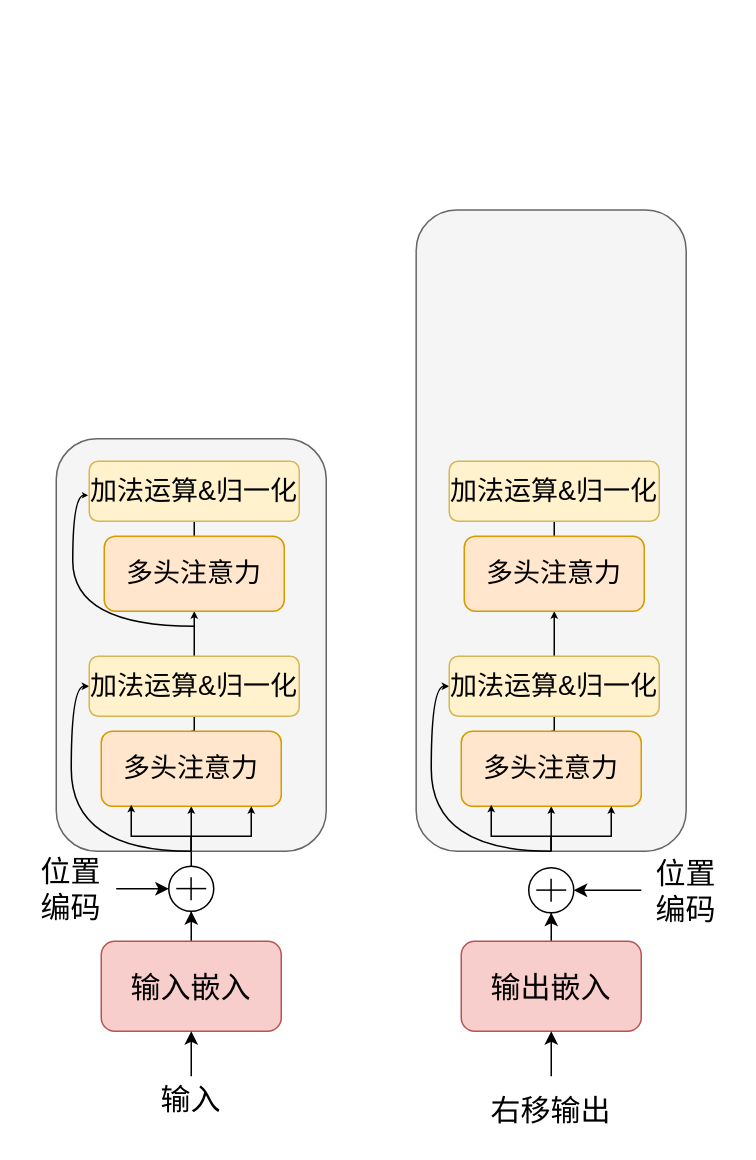
Earlier version of the draw.io diagram transfomer_arc.drawio (JMYok/wx_crossLearn). Source tidied: cells renumbered, new cells numbered last; positions are measured from the earlier drawing's top-left corner, leaving out a move shared by most shapes. Both pictures are drawn from the tidied source at 150%, with x=0, y=0 at pixel (-16, 394).
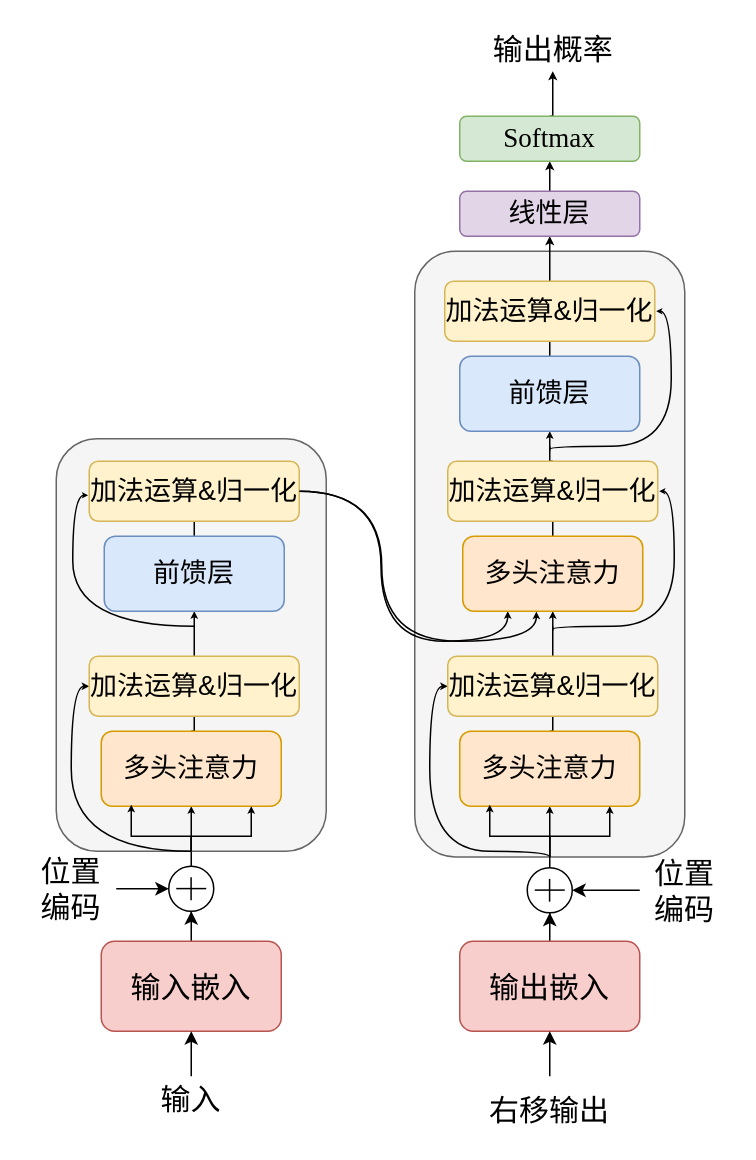
The same diagram, later.

The change refers to these unchanged cells:
```xml
<mxCell id="31" value="加法运算&amp;amp;归一化" style="rounded=1;whiteSpace=wrap;html=1;fontFamily=SimSun;fontSize=18;fillColor=#fff2cc;strokeColor=#d6b656;" parent="1" vertex="1">
  <mxGeometry x="70" y="44" width="140" height="40" as="geometry" />
</mxCell>
```

Diff of the diagram source:
```diff
@@
+    <mxCell id="34" style="rounded=1;whiteSpace=wrap;html=1;rotation=90;fillColor=#f5f5f5;fontColor=#333333;strokeColor=#666666;" parent="1" vertex="1">
+      <mxGeometry x="175.1" y="15.9" width="403.8" height="180" as="geometry" />
+    </mxCell>
@@
-    <mxCell id="3" value="输入嵌入" style="rounded=1;whiteSpace=wrap;html=1;fillColor=#f8cecc;strokeColor=#b85450;fontSize=20;" parent="1" vertex="1">
+    <mxCell id="3" value="输入嵌入" style="rounded=1;whiteSpace=wrap;html=1;fillColor=#f8cecc;strokeColor=#b85450;fontSize=20;fontFamily=SimSun;" parent="1" vertex="1">
       <mxGeometry x="78" y="364" width="120" height="60" as="geometry" />
     </mxCell>
@@
-    <mxCell id="5" value="输出嵌入" style="rounded=1;whiteSpace=wrap;html=1;fillColor=#f8cecc;strokeColor=#b85450;fontSize=20;" parent="1" vertex="1">
-      <mxGeometry x="318" y="364" width="120" height="60" as="geometry" />
+    <mxCell id="5" value="输出嵌入" style="rounded=1;whiteSpace=wrap;html=1;fillColor=#f8cecc;strokeColor=#b85450;fontSize=20;fontFamily=SimSun;" parent="1" vertex="1">
+      <mxGeometry x="317" y="364" width="120" height="60" as="geometry" />
     </mxCell>
@@
-    <mxCell id="7" value="&lt;font style=&quot;font-size: 20px;&quot;&gt;输入&lt;/font&gt;" style="text;html=1;align=center;verticalAlign=middle;whiteSpace=wrap;rounded=0;" parent="1" vertex="1">
+    <mxCell id="7" value="&lt;font style=&quot;font-size: 20px;&quot;&gt;输入&lt;/font&gt;" style="text;html=1;align=center;verticalAlign=middle;whiteSpace=wrap;rounded=0;fontFamily=SimSun;" parent="1" vertex="1">
       <mxGeometry x="108" y="454" width="60" height="30" as="geometry" />
     </mxCell>
@@
-    <mxCell id="9" value="&lt;br&gt;&lt;div&gt;&lt;font style=&quot;font-size: 20px;&quot;&gt;右移输出&lt;/font&gt;&lt;/div&gt;" style="text;html=1;align=center;verticalAlign=middle;whiteSpace=wrap;rounded=0;" parent="1" vertex="1">
-      <mxGeometry x="333" y="454" width="90" height="30" as="geometry" />
+    <mxCell id="9" value="&lt;br&gt;&lt;div&gt;&lt;font style=&quot;font-size: 20px;&quot;&gt;右移输出&lt;/font&gt;&lt;/div&gt;" style="text;html=1;align=center;verticalAlign=middle;whiteSpace=wrap;rounded=0;fontFamily=SimSun;" parent="1" vertex="1">
+      <mxGeometry x="332" y="454" width="90" height="30" as="geometry" />
     </mxCell>
@@
+    <mxCell id="47" style="edgeStyle=orthogonalEdgeStyle;rounded=0;jettySize=auto;html=1;exitX=0.5;exitY=0;exitDx=0;exitDy=0;entryX=1;entryY=0.5;entryDx=0;entryDy=0;endArrow=none;startFill=0;" parent="1" edge="1" source="17" target="34">
+      <mxGeometry relative="1" as="geometry" />
+    </mxCell>
     <mxCell id="17" style="ellipse;whiteSpace=wrap;html=1;" parent="1" vertex="1">
-      <mxGeometry x="363" y="315" width="30" height="30" as="geometry" />
+      <mxGeometry x="362" y="315" width="30" height="30" as="geometry" />
     </mxCell>
     <mxCell id="18" style="endArrow=none;html=1;rounded=0;" parent="1" edge="1">
       <mxGeometry relative="1" as="geometry">
-        <mxPoint x="368" y="329.9" as="sourcePoint" />
-        <mxPoint x="388" y="329.9" as="targetPoint" />
+        <mxPoint x="367" y="329.9" as="sourcePoint" />
+        <mxPoint x="387" y="329.9" as="targetPoint" />
       </mxGeometry>
     </mxCell>
     <mxCell id="19" style="endArrow=none;html=1;rounded=0;" parent="1" edge="1">
       <mxGeometry relative="1" as="geometry">
-        <mxPoint x="377.9" y="322.4" as="sourcePoint" />
-        <mxPoint x="377.9" y="337.6" as="targetPoint" />
+        <mxPoint x="376.9" y="322.4" as="sourcePoint" />
+        <mxPoint x="376.9" y="337.6" as="targetPoint" />
       </mxGeometry>
     </mxCell>
@@
     <mxCell id="22" value="位置编码" style="text;html=1;align=center;verticalAlign=middle;whiteSpace=wrap;rounded=0;fontFamily=SimSun;fontSize=20;" parent="1" vertex="1">
-      <mxGeometry x="438" y="315" width="60" height="30" as="geometry" />
+      <mxGeometry x="437" y="315" width="60" height="30" as="geometry" />
     </mxCell>
@@
-    <mxCell id="30" value="&lt;span style=&quot;font-family: SimSun; font-size: 18px;&quot;&gt;多头注意力&lt;/span&gt;" style="rounded=1;whiteSpace=wrap;html=1;fillColor=#ffe6cc;strokeColor=#d79b00;" parent="1" vertex="1">
+    <mxCell id="30" value="&lt;span style=&quot;font-family: SimSun; font-size: 18px;&quot;&gt;前馈层&lt;/span&gt;" style="rounded=1;whiteSpace=wrap;html=1;fillColor=#dae8fc;strokeColor=#6c8ebf;" parent="1" vertex="1">
       <mxGeometry x="80" y="94" width="120" height="50" as="geometry" />
     </mxCell>
+    <mxCell id="48" style="edgeStyle=orthogonalEdgeStyle;rounded=0;jettySize=auto;html=1;entryX=0.25;entryY=1;entryDx=0;entryDy=0;endSize=2;curved=1;" parent="1" edge="1" source="31" target="42">
+      <mxGeometry relative="1" as="geometry" />
+    </mxCell>
@@
-    <mxCell id="34" style="rounded=1;whiteSpace=wrap;html=1;rotation=90;fillColor=#f5f5f5;fontColor=#333333;strokeColor=#666666;" parent="1" vertex="1">
-      <mxGeometry x="164.2" y="0.2" width="427.5" height="180" as="geometry" />
-    </mxCell>
     <mxCell id="35" style="edgeStyle=orthogonalEdgeStyle;rounded=0;jettySize=auto;html=1;exitX=1;exitY=0.5;exitDx=0;exitDy=0;entryX=0;entryY=0.5;entryDx=0;entryDy=0;curved=1;endSize=2;endArrow=classic;startFill=0;endFill=1;" parent="1" edge="1" source="34" target="40">
       <mxGeometry relative="1" as="geometry">
         <Array as="points">
-          <mxPoint x="298" y="304" />
-          <mxPoint x="298" y="194" />
+          <mxPoint x="297" y="304" />
+          <mxPoint x="297" y="194" />
         </Array>
       </mxGeometry>
     </mxCell>
@@
     <mxCell id="38" value="多头注意力" style="rounded=1;whiteSpace=wrap;html=1;fontSize=18;fontFamily=SimSun;fillColor=#ffe6cc;strokeColor=#d79b00;" parent="1" vertex="1">
-      <mxGeometry x="318" y="224" width="120" height="50" as="geometry" />
+      <mxGeometry x="317" y="224" width="120" height="50" as="geometry" />
     </mxCell>
@@
     <mxCell id="40" value="加法运算&amp;amp;归一化" style="rounded=1;whiteSpace=wrap;html=1;fontFamily=SimSun;fontSize=18;fillColor=#fff2cc;strokeColor=#d6b656;" parent="1" vertex="1">
-      <mxGeometry x="310" y="174" width="140" height="40" as="geometry" />
+      <mxGeometry x="309" y="174" width="140" height="40" as="geometry" />
     </mxCell>
@@
     <mxCell id="42" value="&lt;span style=&quot;font-family: SimSun; font-size: 18px;&quot;&gt;多头注意力&lt;/span&gt;" style="rounded=1;whiteSpace=wrap;html=1;fillColor=#ffe6cc;strokeColor=#d79b00;" parent="1" vertex="1">
-      <mxGeometry x="320" y="94" width="120" height="50" as="geometry" />
+      <mxGeometry x="319" y="94" width="120" height="50" as="geometry" />
     </mxCell>
+    <mxCell id="49" style="edgeStyle=orthogonalEdgeStyle;rounded=0;jettySize=auto;html=1;exitX=0.5;exitY=0;exitDx=0;exitDy=0;entryX=0.5;entryY=1;entryDx=0;entryDy=0;endArrow=classic;startFill=0;endFill=1;endSize=2;" parent="1" edge="1" source="43" target="53">
+      <mxGeometry relative="1" as="geometry" />
+    </mxCell>
     <mxCell id="43" value="加法运算&amp;amp;归一化" style="rounded=1;whiteSpace=wrap;html=1;fontFamily=SimSun;fontSize=18;fillColor=#fff2cc;strokeColor=#d6b656;" parent="1" vertex="1">
-      <mxGeometry x="310" y="44" width="140" height="40" as="geometry" />
+      <mxGeometry x="309" y="44" width="140" height="40" as="geometry" />
     </mxCell>
     <mxCell id="44" style="edgeStyle=orthogonalEdgeStyle;rounded=0;jettySize=auto;html=1;exitX=1;exitY=0.5;exitDx=0;exitDy=0;endSize=2;" parent="1" edge="1" source="34">
       <mxGeometry relative="1" as="geometry">
-        <mxPoint x="418" y="274" as="targetPoint" />
+        <mxPoint x="417" y="274" as="targetPoint" />
         <Array as="points">
-          <mxPoint x="378" y="294" />
-          <mxPoint x="418" y="294" />
-          <mxPoint x="418" y="274" />
+          <mxPoint x="377" y="294" />
+          <mxPoint x="417" y="294" />
+          <mxPoint x="417" y="274" />
         </Array>
       </mxGeometry>
     </mxCell>
     <mxCell id="45" style="edgeStyle=orthogonalEdgeStyle;rounded=0;jettySize=auto;html=1;exitX=1;exitY=0.5;exitDx=0;exitDy=0;endSize=2;" parent="1" edge="1" source="34">
       <mxGeometry relative="1" as="geometry">
-        <mxPoint x="338" y="273" as="targetPoint" />
+        <mxPoint x="337" y="273" as="targetPoint" />
         <Array as="points">
-          <mxPoint x="378" y="294" />
-          <mxPoint x="338" y="294" />
-          <mxPoint x="338" y="273" />
+          <mxPoint x="377" y="294" />
+          <mxPoint x="337" y="294" />
+          <mxPoint x="337" y="273" />
         </Array>
       </mxGeometry>
     </mxCell>
@@
+    <mxCell id="50" style="edgeStyle=orthogonalEdgeStyle;rounded=0;jettySize=auto;html=1;exitX=1;exitY=0.5;exitDx=0;exitDy=0;entryX=0.409;entryY=1.004;entryDx=0;entryDy=0;entryPerimeter=0;curved=1;endSize=2;" parent="1" edge="1" source="31" target="42">
+      <mxGeometry relative="1" as="geometry">
+        <Array as="points">
+          <mxPoint x="265" y="64" />
+          <mxPoint x="265" y="164" />
+          <mxPoint x="369" y="164" />
+        </Array>
+      </mxGeometry>
+    </mxCell>
+    <mxCell id="51" style="endArrow=classic;html=1;rounded=0;endSize=1;entryX=1;entryY=0.5;entryDx=0;entryDy=0;edgeStyle=orthogonalEdgeStyle;curved=1;" parent="1" edge="1">
+      <mxGeometry relative="1" as="geometry">
+        <mxPoint x="379" y="154" as="sourcePoint" />
+        <mxPoint x="450" y="64" as="targetPoint" />
+        <Array as="points">
+          <mxPoint x="379" y="158" />
+          <mxPoint x="379" y="154" />
+          <mxPoint x="460" y="154" />
+          <mxPoint x="460" y="64" />
+        </Array>
+      </mxGeometry>
+    </mxCell>
+    <mxCell id="52" style="edgeStyle=orthogonalEdgeStyle;rounded=0;jettySize=auto;html=1;exitX=0.5;exitY=0;exitDx=0;exitDy=0;entryX=0.5;entryY=1;entryDx=0;entryDy=0;endArrow=none;startFill=0;" parent="1" edge="1" source="53" target="55">
+      <mxGeometry relative="1" as="geometry" />
+    </mxCell>
+    <mxCell id="53" value="&lt;font face=&quot;SimSun&quot;&gt;&lt;span style=&quot;font-size: 18px;&quot;&gt;前馈层&lt;/span&gt;&lt;/font&gt;" style="rounded=1;whiteSpace=wrap;html=1;fillColor=#dae8fc;strokeColor=#6c8ebf;" parent="1" vertex="1">
+      <mxGeometry x="317" y="-26" width="120" height="50" as="geometry" />
+    </mxCell>
+    <mxCell id="54" style="edgeStyle=orthogonalEdgeStyle;rounded=0;jettySize=auto;html=1;exitX=0.5;exitY=0;exitDx=0;exitDy=0;entryX=0.5;entryY=1;entryDx=0;entryDy=0;endSize=3;" parent="1" edge="1" source="55" target="58">
+      <mxGeometry relative="1" as="geometry" />
+    </mxCell>
+    <mxCell id="55" value="加法运算&amp;amp;归一化" style="rounded=1;whiteSpace=wrap;html=1;fontFamily=SimSun;fontSize=18;fillColor=#fff2cc;strokeColor=#d6b656;" parent="1" vertex="1">
+      <mxGeometry x="307" y="-76" width="140" height="40" as="geometry" />
+    </mxCell>
+    <mxCell id="56" style="endArrow=classic;html=1;rounded=0;endSize=1;entryX=1;entryY=0.5;entryDx=0;entryDy=0;edgeStyle=orthogonalEdgeStyle;curved=1;" parent="1" edge="1">
+      <mxGeometry relative="1" as="geometry">
+        <mxPoint x="377" y="34" as="sourcePoint" />
+        <mxPoint x="448" y="-56" as="targetPoint" />
+        <Array as="points">
+          <mxPoint x="377" y="38" />
+          <mxPoint x="377" y="34" />
+          <mxPoint x="458" y="34" />
+          <mxPoint x="458" y="-56" />
+        </Array>
+      </mxGeometry>
+    </mxCell>
+    <mxCell id="57" style="edgeStyle=orthogonalEdgeStyle;rounded=0;jettySize=auto;html=1;exitX=0.5;exitY=0;exitDx=0;exitDy=0;entryX=0.5;entryY=1;entryDx=0;entryDy=0;endSize=3;" parent="1" edge="1" source="58" target="60">
+      <mxGeometry relative="1" as="geometry" />
+    </mxCell>
+    <mxCell id="58" value="&lt;font style=&quot;font-size: 18px;&quot;&gt;线性层&lt;/font&gt;" style="rounded=1;whiteSpace=wrap;html=1;fillColor=#e1d5e7;strokeColor=#9673a6;fontFamily=SimSun;" parent="1" vertex="1">
+      <mxGeometry x="317" y="-136" width="120" height="30" as="geometry" />
+    </mxCell>
+    <mxCell id="59" style="edgeStyle=orthogonalEdgeStyle;rounded=0;jettySize=auto;html=1;exitX=0.5;exitY=0;exitDx=0;exitDy=0;entryX=0.5;entryY=1;entryDx=0;entryDy=0;endSize=3;" parent="1" edge="1" source="60" target="61">
+      <mxGeometry relative="1" as="geometry" />
+    </mxCell>
+    <mxCell id="60" value="&lt;font style=&quot;font-size: 18px;&quot;&gt;Softmax&lt;/font&gt;" style="rounded=1;whiteSpace=wrap;html=1;fillColor=#d5e8d4;strokeColor=#82b366;fontFamily=Times New Roman;" parent="1" vertex="1">
+      <mxGeometry x="317" y="-186" width="120" height="30" as="geometry" />
+    </mxCell>
+    <mxCell id="61" value="输出概率" style="text;html=1;align=center;verticalAlign=middle;whiteSpace=wrap;rounded=0;fontFamily=SimSun;fontSize=20;" parent="1" vertex="1">
+      <mxGeometry x="333.5" y="-246" width="91" height="30" as="geometry" />
+    </mxCell>
```
